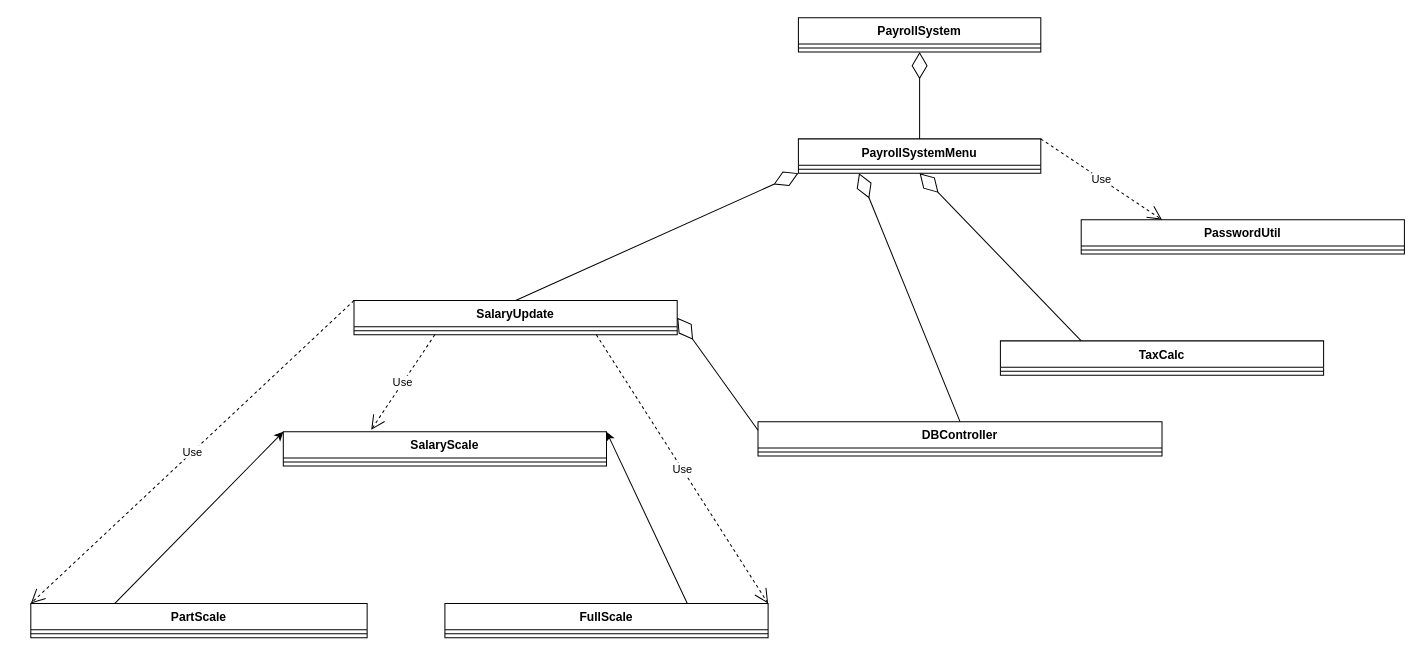
This is cs4013_uml_final.drawio from kourousis/payroll-cs4013-project, a draw.io file, before an edit. Source tidied: cells renumbered, new cells numbered last; positions are measured from the earlier drawing's top-left corner, leaving out a move shared by most shapes. Both pictures are drawn from the tidied source at 101%, with x=0, y=0 at pixel (30, 17).
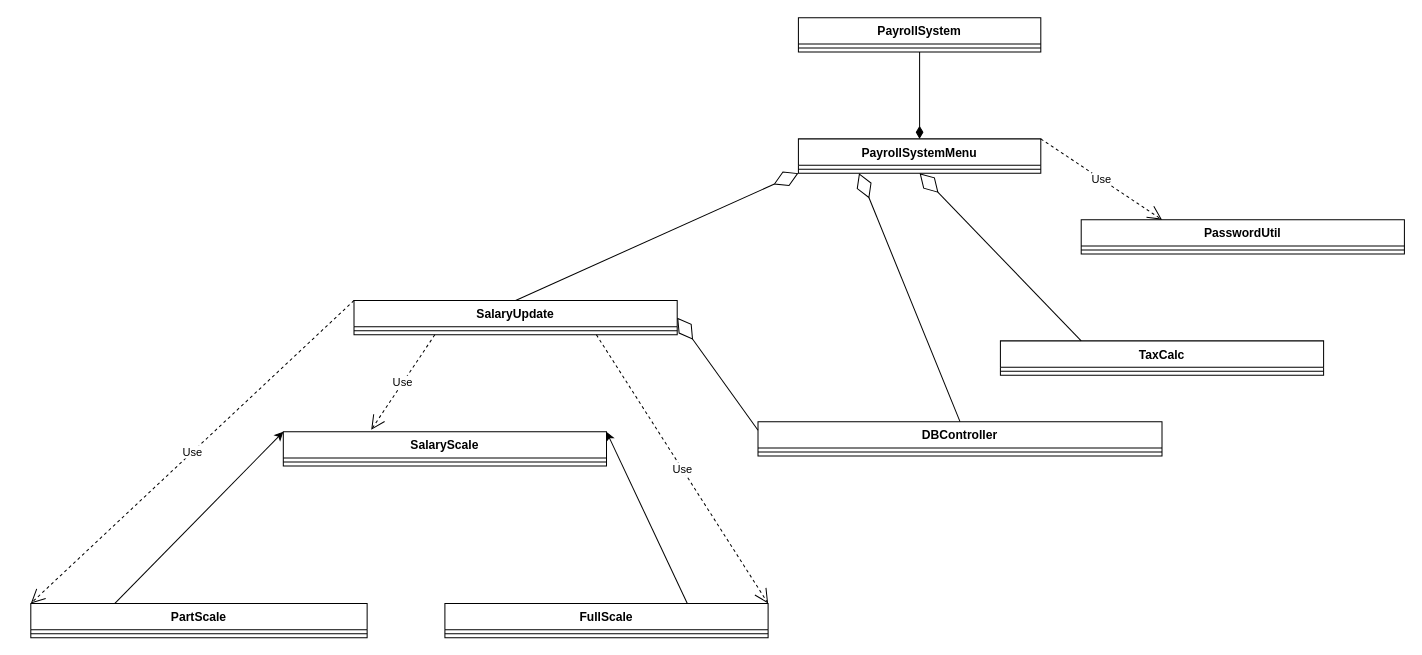
Above is the later version.

Commit message (it also covers changes not shown here):
diagram adjustment

Unchanged cells that the change refers to:
```xml
<mxCell id="2" value="PayrollSystem" style="swimlane;fontStyle=1;align=center;verticalAlign=top;horizontal=1;startSize=26;whiteSpace=wrap;html=1;" parent="1" vertex="1">
  <mxGeometry x="760" width="240" height="34" as="geometry" />
</mxCell>
<mxCell id="4" value="PayrollSystemMenu" style="swimlane;fontStyle=1;align=center;verticalAlign=top;horizontal=1;startSize=26;whiteSpace=wrap;html=1;" parent="1" vertex="1">
  <mxGeometry x="760" y="120" width="240" height="34" as="geometry" />
</mxCell>
```

Diff of the diagram source:
```diff
@@
-    <mxCell id="27" style="endArrow=diamondThin;endFill=0;endSize=24;html=1;rounded=0;entryX=0.5;entryY=1;entryDx=0;entryDy=0;exitX=0.5;exitY=0;exitDx=0;exitDy=0;" parent="1" edge="1" source="4" target="2">
-      <mxGeometry relative="1" as="geometry" />
-    </mxCell>
@@
+    <mxCell id="31" style="html=1;endArrow=diamondThin;endFill=1;edgeStyle=elbowEdgeStyle;elbow=vertical;endSize=10;entryX=0.5;entryY=0;entryDx=0;entryDy=0;exitX=0.5;exitY=1;exitDx=0;exitDy=0;" parent="1" edge="1" source="2" target="4">
+      <mxGeometry relative="1" as="geometry" />
+    </mxCell>
```
